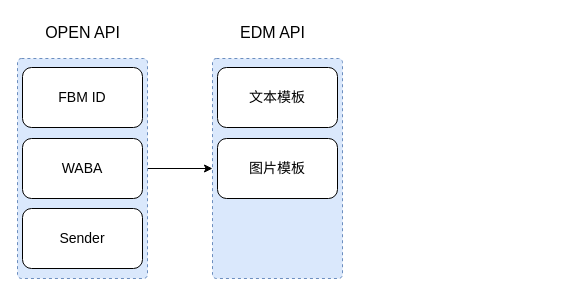
Earlier version of the draw.io diagram page "OPENAPI鉴权流程" (17 of 18) of Untitled Diagram.drawio (zhangzhuzi/draw.io). Source tidied: cells renumbered, new cells numbered last; positions are measured from the earlier drawing's top-left corner, leaving out a move shared by most shapes. Both pictures are drawn from the tidied source at 100%, with x=0, y=0 at pixel (17, 17).
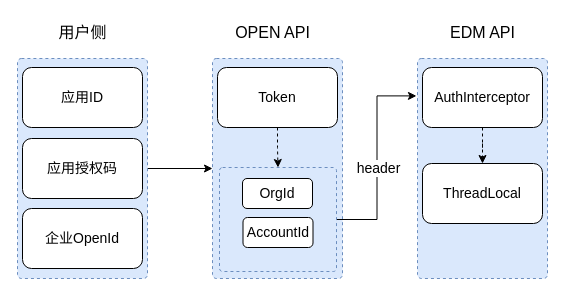
Above is the later version.

The change refers to these unchanged cells:
```xml
<mxCell id="8" style="rounded=1;whiteSpace=wrap;html=1;labelBackgroundColor=none;fontSize=15;arcSize=3;dashed=1;fillColor=#dae8fc;strokeColor=#6c8ebf;" parent="1" vertex="1">
  <mxGeometry x="195" y="41" width="130" height="220" as="geometry" />
</mxCell>
```

The edit, as a diff of the source:
```diff
@@
-    <mxCell id="4" value="&lt;font style=&quot;font-size: 16px;&quot;&gt;OPEN API&lt;/font&gt;" style="text;html=1;align=center;verticalAlign=middle;strokeColor=none;fillColor=none;" parent="1" vertex="1">
-      <mxGeometry x="15" width="100" height="30" as="geometry" />
-    </mxCell>
-    <mxCell id="5" value="&lt;font style=&quot;font-size: 14px;&quot;&gt;FBM ID&lt;/font&gt;" style="whiteSpace=wrap;html=1;rounded=1;" parent="1" vertex="1">
+    <mxCell id="5" value="&lt;span style=&quot;font-size: 14px;&quot;&gt;应用ID&lt;/span&gt;" style="whiteSpace=wrap;html=1;rounded=1;" parent="1" vertex="1">
       <mxGeometry x="5" y="50" width="120" height="60" as="geometry" />
     </mxCell>
-    <mxCell id="6" value="&lt;font style=&quot;font-size: 14px;&quot;&gt;WABA&lt;/font&gt;" style="whiteSpace=wrap;html=1;rounded=1;" parent="1" vertex="1">
+    <mxCell id="6" value="&lt;span style=&quot;font-size: 14px;&quot;&gt;应用授权码&lt;/span&gt;" style="whiteSpace=wrap;html=1;rounded=1;" parent="1" vertex="1">
       <mxGeometry x="5" y="121" width="120" height="60" as="geometry" />
     </mxCell>
-    <mxCell id="7" value="&lt;font style=&quot;font-size: 14px;&quot;&gt;Sender&lt;/font&gt;" style="whiteSpace=wrap;html=1;rounded=1;" parent="1" vertex="1">
+    <mxCell id="7" value="&lt;span style=&quot;font-size: 14px;&quot;&gt;企业OpenId&lt;/span&gt;" style="whiteSpace=wrap;html=1;rounded=1;" parent="1" vertex="1">
       <mxGeometry x="5" y="191" width="120" height="60" as="geometry" />
     </mxCell>
@@
+    <mxCell id="12" style="edgeStyle=orthogonalEdgeStyle;rounded=0;jettySize=auto;html=1;dashed=1;fontSize=14;" parent="1" edge="1" source="9" target="16">
+      <mxGeometry relative="1" as="geometry" />
+    </mxCell>
-    <mxCell id="9" value="&lt;font style=&quot;font-size: 14px;&quot;&gt;文本模板&lt;/font&gt;" style="whiteSpace=wrap;html=1;rounded=1;" parent="1" vertex="1">
+    <mxCell id="9" value="&lt;font style=&quot;font-size: 14px;&quot;&gt;Token&lt;/font&gt;" style="whiteSpace=wrap;html=1;rounded=1;" parent="1" vertex="1">
       <mxGeometry x="200" y="50" width="120" height="60" as="geometry" />
     </mxCell>
-    <mxCell id="10" value="&lt;font style=&quot;font-size: 14px;&quot;&gt;图片模板&lt;/font&gt;" style="whiteSpace=wrap;html=1;rounded=1;" parent="1" vertex="1">
-      <mxGeometry x="200" y="121" width="120" height="60" as="geometry" />
-    </mxCell>
-    <mxCell id="11" value="&lt;font style=&quot;font-size: 16px;&quot;&gt;EDM API&lt;/font&gt;" style="text;html=1;align=center;verticalAlign=middle;strokeColor=none;fillColor=none;" parent="1" vertex="1">
-      <mxGeometry x="210" width="90" height="30" as="geometry" />
+    <mxCell id="11" value="&lt;font style=&quot;font-size: 16px;&quot;&gt;OPEN API&lt;/font&gt;" style="text;html=1;align=center;verticalAlign=middle;strokeColor=none;fillColor=none;" parent="1" vertex="1">
+      <mxGeometry x="205" width="100" height="30" as="geometry" />
     </mxCell>
+    <mxCell id="13" value="&lt;font style=&quot;font-size: 16px;&quot;&gt;用户侧&lt;/font&gt;" style="text;html=1;align=center;verticalAlign=middle;strokeColor=none;fillColor=none;" parent="1" vertex="1">
+      <mxGeometry x="30" width="70" height="30" as="geometry" />
+    </mxCell>
+    <mxCell id="14" style="edgeStyle=orthogonalEdgeStyle;rounded=0;jettySize=auto;html=1;entryX=-0.008;entryY=0.17;entryDx=0;entryDy=0;fontSize=14;entryPerimeter=0;" parent="1" edge="1" source="16" target="20">
+      <mxGeometry relative="1" as="geometry" />
+    </mxCell>
+    <mxCell id="15" value="header" style="edgeLabel;html=1;align=center;verticalAlign=middle;fontSize=14;" parent="14" vertex="1">
+      <mxGeometry x="-0.67" relative="1" as="geometry">
+        <mxPoint x="7" y="-52" as="offset" />
+      </mxGeometry>
+    </mxCell>
+    <mxCell id="16" style="rounded=1;whiteSpace=wrap;html=1;labelBackgroundColor=none;fontSize=15;arcSize=3;dashed=1;fillColor=#dae8fc;strokeColor=#6c8ebf;" parent="1" vertex="1">
+      <mxGeometry x="202" y="150" width="117" height="104" as="geometry" />
+    </mxCell>
+    <mxCell id="17" style="edgeStyle=orthogonalEdgeStyle;rounded=0;orthogonalLoop=1;jettySize=auto;html=1;exitX=0.5;exitY=1;exitDx=0;exitDy=0;fontSize=14;" parent="1" edge="1" source="8" target="8">
+      <mxGeometry relative="1" as="geometry" />
+    </mxCell>
+    <mxCell id="18" value="&lt;font style=&quot;font-size: 14px;&quot;&gt;OrgId&lt;/font&gt;" style="whiteSpace=wrap;html=1;rounded=1;" parent="1" vertex="1">
+      <mxGeometry x="225" y="161" width="70" height="30" as="geometry" />
+    </mxCell>
+    <mxCell id="19" value="&lt;font style=&quot;font-size: 14px;&quot;&gt;AccountId&lt;/font&gt;" style="whiteSpace=wrap;html=1;rounded=1;" parent="1" vertex="1">
+      <mxGeometry x="225.5" y="200" width="70" height="30" as="geometry" />
+    </mxCell>
+    <mxCell id="20" style="rounded=1;whiteSpace=wrap;html=1;labelBackgroundColor=none;fontSize=15;arcSize=3;dashed=1;fillColor=#dae8fc;strokeColor=#6c8ebf;" parent="1" vertex="1">
+      <mxGeometry x="400" y="41" width="130" height="220" as="geometry" />
+    </mxCell>
+    <mxCell id="21" value="&lt;font style=&quot;font-size: 16px;&quot;&gt;EDM API&lt;/font&gt;" style="text;html=1;align=center;verticalAlign=middle;strokeColor=none;fillColor=none;" parent="1" vertex="1">
+      <mxGeometry x="420" width="90" height="30" as="geometry" />
+    </mxCell>
+    <mxCell id="22" style="edgeStyle=orthogonalEdgeStyle;rounded=0;jettySize=auto;html=1;entryX=0.5;entryY=0;entryDx=0;entryDy=0;fontSize=14;dashed=1;" parent="1" edge="1" source="23" target="24">
+      <mxGeometry relative="1" as="geometry" />
+    </mxCell>
+    <mxCell id="23" value="&lt;span style=&quot;font-size: 14px;&quot;&gt;AuthInterceptor&lt;/span&gt;" style="whiteSpace=wrap;html=1;rounded=1;" parent="1" vertex="1">
+      <mxGeometry x="405" y="50" width="120" height="60" as="geometry" />
+    </mxCell>
+    <mxCell id="24" value="&lt;span style=&quot;font-size: 14px;&quot;&gt;ThreadLocal&lt;/span&gt;" style="whiteSpace=wrap;html=1;rounded=1;" parent="1" vertex="1">
+      <mxGeometry x="405" y="146" width="120" height="60" as="geometry" />
+    </mxCell>
```
